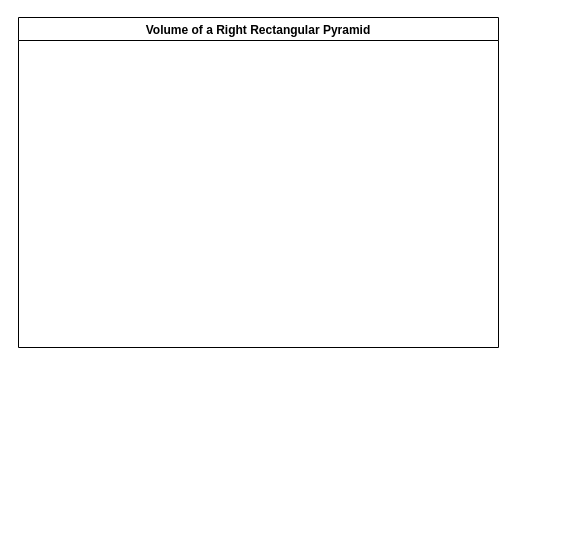
The draw.io diagram design/storyboard.drawio in Claire-Bedrossian/ICS20-Unit3-02-JS, before the edit. Source tidied: cells renumbered, new cells numbered last; positions are measured from the earlier drawing's top-left corner, leaving out a move shared by most shapes. Both pictures are drawn from the tidied source at 100%, with x=0, y=0 at pixel (18, 17).
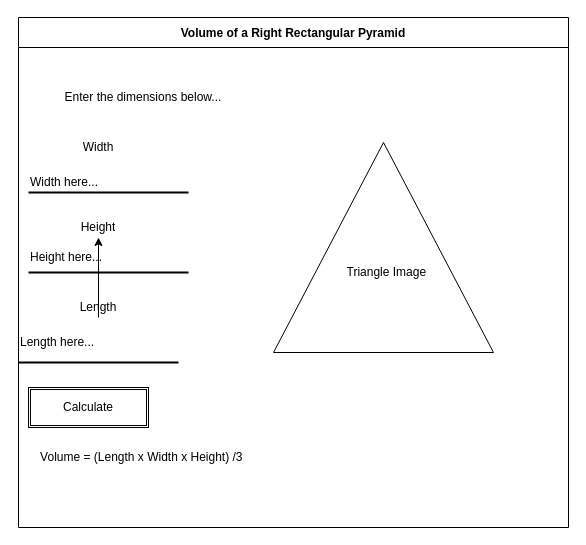
The same diagram, later.

Diff of the diagram source:
```diff
@@
 <mxGraphModel>
   <root>
     <mxCell id="0" />
     <mxCell id="1" parent="0" />
-    <mxCell id="2" value="Volume of a Right Rectangular Pyramid" style="swimlane;" parent="1" vertex="1">
-      <mxGeometry width="480" height="330" as="geometry" />
+    <mxCell id="2" value="Volume of a Right Rectangular Pyramid" style="swimlane;startSize=30;" parent="1" vertex="1">
+      <mxGeometry width="550" height="510" as="geometry" />
     </mxCell>
+    <mxCell id="3" style="line;strokeWidth=2;html=1;" parent="2" vertex="1">
+      <mxGeometry y="340" width="160" height="10" as="geometry" />
+    </mxCell>
+    <mxCell id="4" style="line;strokeWidth=2;html=1;" parent="2" vertex="1">
+      <mxGeometry x="10" y="170" width="160" height="10" as="geometry" />
+    </mxCell>
+    <mxCell id="5" style="line;strokeWidth=2;html=1;" parent="2" vertex="1">
+      <mxGeometry x="10" y="250" width="160" height="10" as="geometry" />
+    </mxCell>
+    <mxCell id="6" value="Height here..." style="text;html=1;strokeColor=none;fillColor=none;align=left;verticalAlign=middle;whiteSpace=wrap;overflow=hidden;" parent="2" vertex="1">
+      <mxGeometry x="10" y="230" width="160" height="20" as="geometry" />
+    </mxCell>
+    <mxCell id="7" value="Width here..." style="text;html=1;strokeColor=none;fillColor=none;align=left;verticalAlign=middle;whiteSpace=wrap;overflow=hidden;" parent="2" vertex="1">
+      <mxGeometry x="10" y="140" width="160" height="50" as="geometry" />
+    </mxCell>
+    <mxCell id="8" style="edgeStyle=none;html=1;" parent="2" edge="1" source="9" target="10">
+      <mxGeometry relative="1" as="geometry" />
+    </mxCell>
+    <mxCell id="9" value="Length here..." style="text;html=1;strokeColor=none;fillColor=none;align=left;verticalAlign=middle;whiteSpace=wrap;overflow=hidden;" parent="2" vertex="1">
+      <mxGeometry y="300" width="160" height="50" as="geometry" />
+    </mxCell>
+    <mxCell id="10" value="Height" style="text;html=1;strokeColor=none;fillColor=none;align=center;verticalAlign=middle;whiteSpace=wrap;overflow=hidden;" parent="2" vertex="1">
+      <mxGeometry x="40" y="200" width="80" height="20" as="geometry" />
+    </mxCell>
+    <mxCell id="11" value="Width" style="text;html=1;strokeColor=none;fillColor=none;align=center;verticalAlign=middle;whiteSpace=wrap;overflow=hidden;" parent="2" vertex="1">
+      <mxGeometry x="40" y="120" width="80" height="20" as="geometry" />
+    </mxCell>
+    <mxCell id="12" value="Length" style="text;html=1;strokeColor=none;fillColor=none;align=center;verticalAlign=middle;whiteSpace=wrap;overflow=hidden;" parent="2" vertex="1">
+      <mxGeometry x="40" y="280" width="80" height="20" as="geometry" />
+    </mxCell>
+    <mxCell id="13" value="Enter the dimensions below..." style="text;html=1;strokeColor=none;fillColor=none;align=center;verticalAlign=middle;whiteSpace=wrap;overflow=hidden;" parent="2" vertex="1">
+      <mxGeometry y="70" width="250" height="20" as="geometry" />
+    </mxCell>
+    <mxCell id="14" value="Volume = (Length x Width x Height) /3&amp;nbsp;" style="text;html=1;strokeColor=none;fillColor=none;align=center;verticalAlign=middle;whiteSpace=wrap;overflow=hidden;" parent="2" vertex="1">
+      <mxGeometry y="430" width="250" height="20" as="geometry" />
+    </mxCell>
+    <mxCell id="15" style="shape=ext;double=1;rounded=0;whiteSpace=wrap;html=1;" parent="2" vertex="1">
+      <mxGeometry x="10" y="370" width="120" height="40" as="geometry" />
+    </mxCell>
+    <mxCell id="16" value="Calculate" style="text;html=1;strokeColor=none;fillColor=none;align=center;verticalAlign=middle;whiteSpace=wrap;overflow=hidden;" parent="2" vertex="1">
+      <mxGeometry x="30" y="380" width="80" height="20" as="geometry" />
+    </mxCell>
+    <mxCell id="17" style="triangle;whiteSpace=wrap;html=1;rotation=-90;" parent="2" vertex="1">
+      <mxGeometry x="260" y="120" width="210" height="220" as="geometry" />
+    </mxCell>
+    <mxCell id="18" value="Triangle Image&amp;nbsp;" style="text;html=1;strokeColor=none;fillColor=none;align=center;verticalAlign=middle;whiteSpace=wrap;overflow=hidden;" parent="2" vertex="1">
+      <mxGeometry x="270" y="245" width="200" height="20" as="geometry" />
+    </mxCell>
   </root>
 </mxGraphModel>
```
